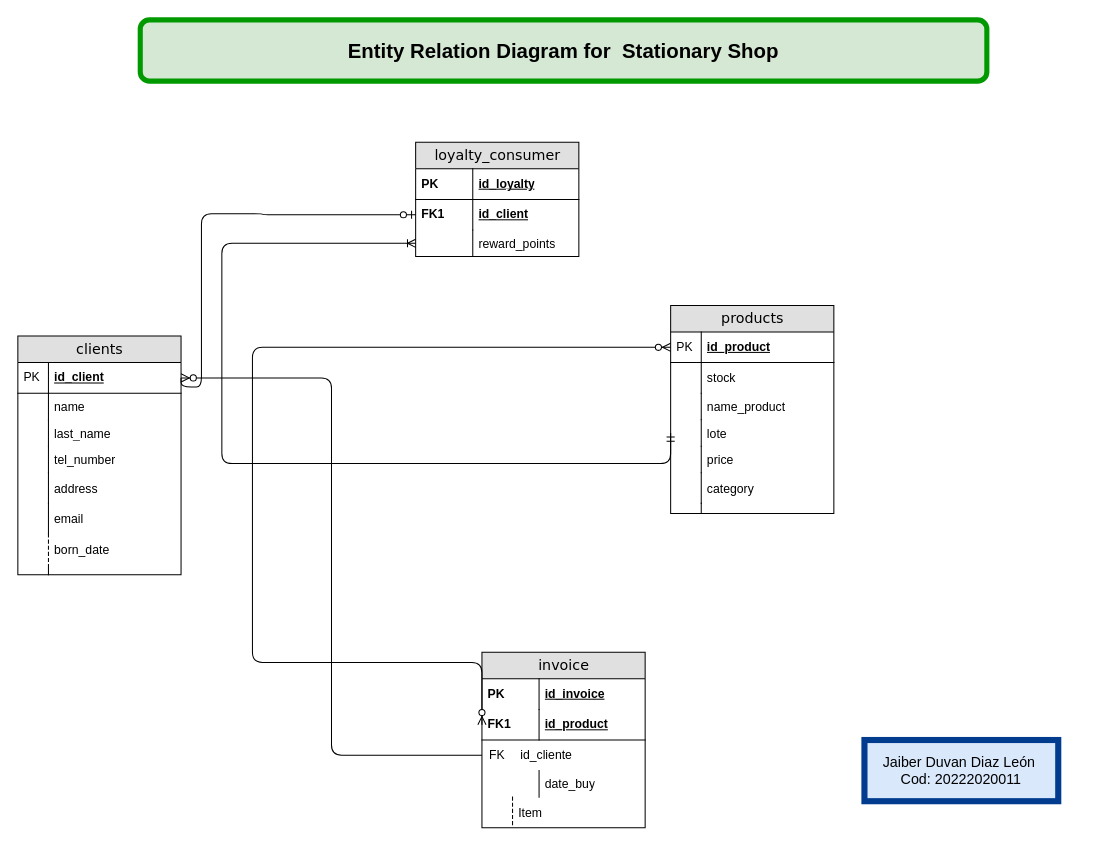
Earlier version of the draw.io diagram Entity relation stationary.drawio (Djaiber/Database-Basis). Source tidied: cells renumbered, new cells numbered last; positions are measured from the earlier drawing's top-left corner, leaving out a move shared by most shapes. Both pictures are drawn from the tidied source at 102%, with x=0, y=0 at pixel (17, 19).
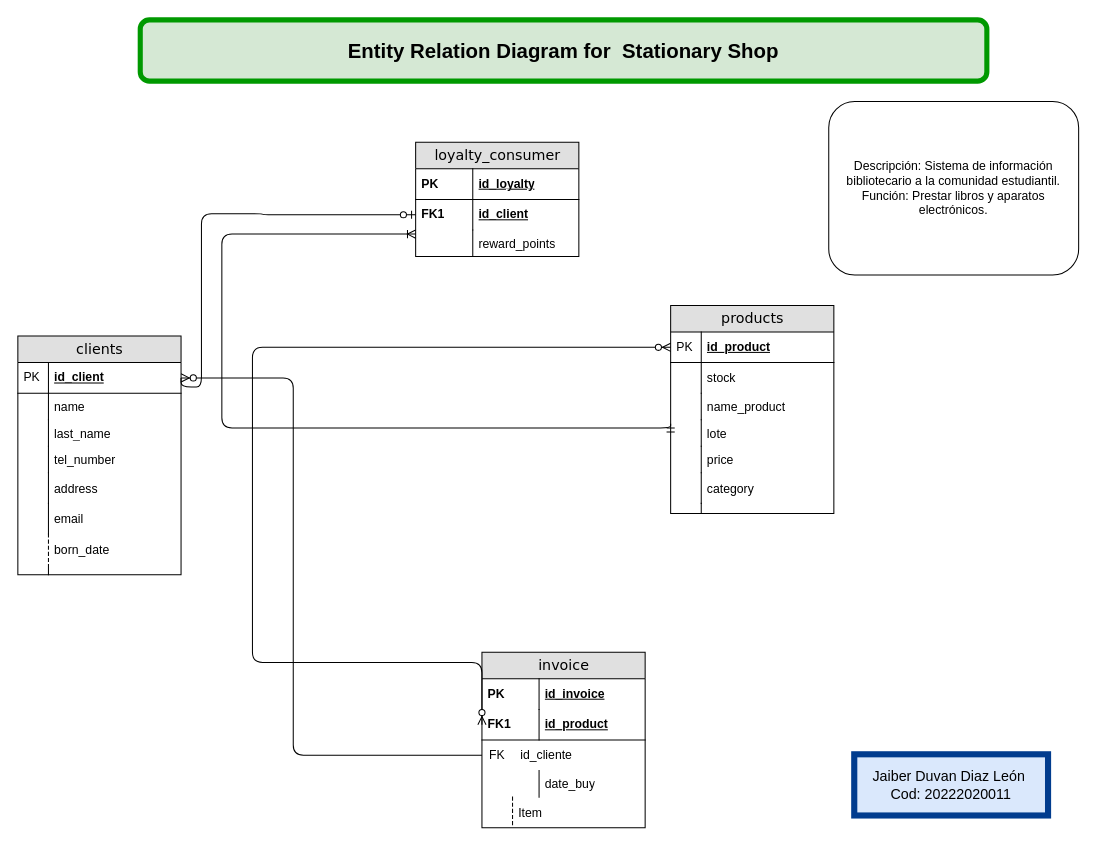
The same diagram, later.

The change refers to these unchanged cells:
```xml
<mxCell id="7" value="reward_points" style="shape=partialRectangle;top=0;left=0;right=0;bottom=0;html=1;align=left;verticalAlign=top;fillColor=none;spacingLeft=60;spacingRight=4;whiteSpace=wrap;overflow=hidden;points=[[0,0.5],[1,0.5]];portConstraint=eastwest;" parent="2" vertex="1">
  <mxGeometry y="86" width="160" height="26" as="geometry" />
</mxCell>
<mxCell id="16" value="lote" style="shape=partialRectangle;top=0;left=0;right=0;bottom=0;html=1;align=left;verticalAlign=top;fillColor=none;spacingLeft=34;spacingRight=4;whiteSpace=wrap;overflow=hidden;points=[[0,0.5],[1,0.5]];portConstraint=eastwest;" parent="9" vertex="1">
  <mxGeometry y="112" width="160" height="26" as="geometry" />
</mxCell>
<mxCell id="30" style="shape=tableRow;horizontal=0;startSize=0;swimlaneHead=0;swimlaneBody=0;fillColor=none;points=[[0,0.5],[1,0.5]];portConstraint=eastwest;top=0;left=0;right=0;bottom=0;" parent="29" vertex="1">
  <mxGeometry width="160" height="30" as="geometry" />
</mxCell>
<mxCell id="40" value="id_client" style="shape=partialRectangle;top=0;left=0;right=0;bottom=1;html=1;align=left;verticalAlign=middle;fillColor=none;spacingLeft=34;spacingRight=4;whiteSpace=wrap;overflow=hidden;points=[[0,0.5],[1,0.5]];portConstraint=eastwest;fontStyle=5;" parent="39" vertex="1">
  <mxGeometry y="26" width="160" height="30" as="geometry" />
</mxCell>
```

Diff of the diagram source:
```diff
@@
-    <mxCell id="37" style="edgeStyle=orthogonalEdgeStyle;html=1;endArrow=ERoneToMany;startArrow=ERmandOne;labelBackgroundColor=none;fontFamily=Verdana;fontSize=14;entryX=0;entryY=0.5;exitX=0;exitY=0.5;exitDx=0;exitDy=0;" parent="1" edge="1" source="16" target="7">
+    <mxCell id="37" style="edgeStyle=orthogonalEdgeStyle;html=1;endArrow=ERoneToMany;startArrow=ERmandOne;labelBackgroundColor=none;fontFamily=Verdana;fontSize=14;entryX=0;entryY=0.5;exitX=0;exitY=0.5;exitDx=0;exitDy=0;" parent="1" edge="1">
       <mxGeometry relative="1" as="geometry">
+        <mxPoint x="640" y="396" as="sourcePoint" />
+        <mxPoint x="390" y="210" as="targetPoint" />
         <Array as="points">
-          <mxPoint x="200" y="435" />
-          <mxPoint x="200" y="219" />
+          <mxPoint x="640" y="400" />
+          <mxPoint x="200" y="400" />
+          <mxPoint x="200" y="210" />
         </Array>
       </mxGeometry>
     </mxCell>
@@
     <mxCell id="58" style="edgeStyle=orthogonalEdgeStyle;fontSize=12;html=1;endArrow=ERzeroToMany;endFill=1;rounded=1;entryX=1;entryY=0.5;entryDx=0;entryDy=0;exitX=0;exitY=0.5;exitDx=0;exitDy=0;curved=0;" parent="1" edge="1" source="30" target="40">
-      <mxGeometry relative="1" as="geometry" />
+      <mxGeometry relative="1" as="geometry">
+        <Array as="points">
+          <mxPoint x="270" y="721" />
+          <mxPoint x="270" y="351" />
+        </Array>
+      </mxGeometry>
     </mxCell>
     <mxCell id="59" value="&lt;font style=&quot;font-size: 14px;&quot;&gt;Jaiber Duvan Diaz León&amp;nbsp;&lt;br&gt;Cod: 20222020011&lt;/font&gt;" style="rounded=0;whiteSpace=wrap;html=1;fillColor=#dae8fc;strokeColor=#013c8e;strokeWidth=6;" parent="1" vertex="1">
-      <mxGeometry x="830" y="706" width="190" height="60" as="geometry" />
+      <mxGeometry x="820" y="720" width="190" height="60" as="geometry" />
     </mxCell>
+    <mxCell id="60" value="Descripción: Sistema de información bibliotecario a la comunidad estudiantil.&lt;br&gt;Función: Prestar libros y aparatos electrónicos." style="rounded=1;whiteSpace=wrap;html=1;" parent="1" vertex="1">
+      <mxGeometry x="795" y="80" width="245" height="170" as="geometry" />
+    </mxCell>
```
